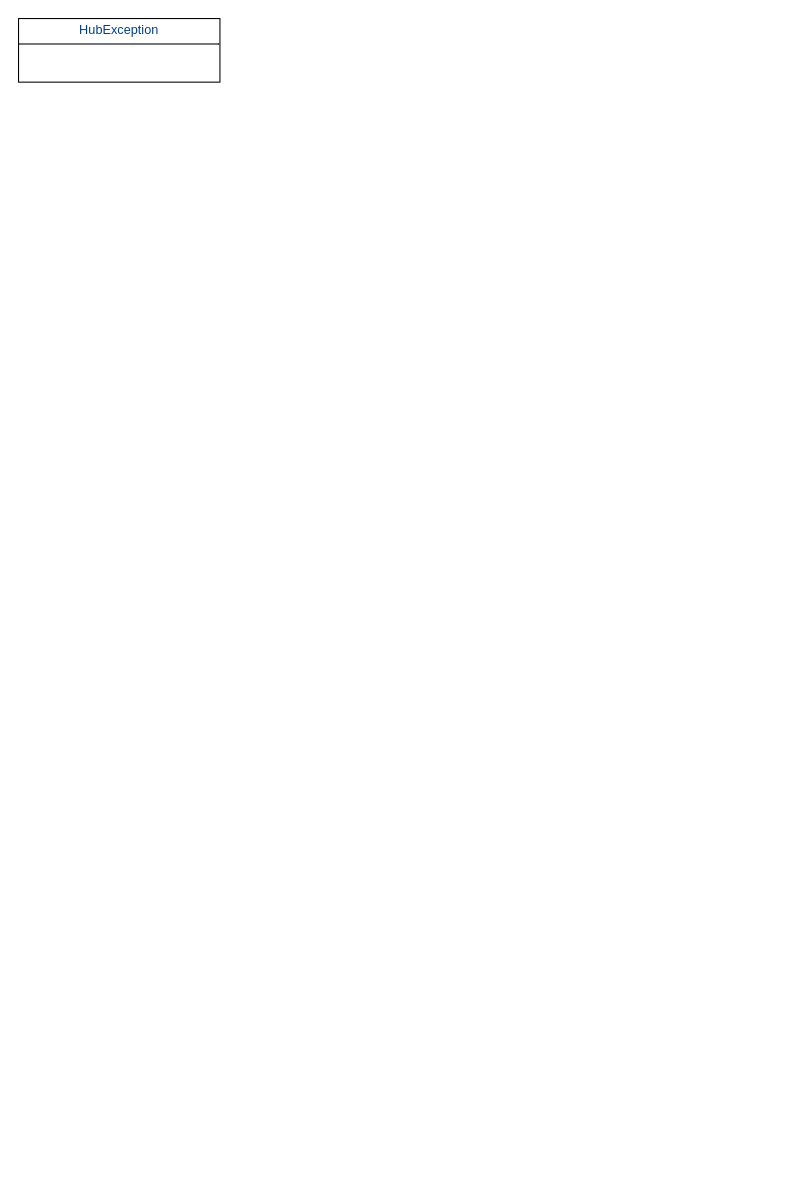
Above: SignalR/SignalR.drawio in KondyubaBA/AspNetCore-doc (draw.io), before the change. Source tidied: cells renumbered, new cells numbered last; positions are measured from the earlier drawing's top-left corner, leaving out a move shared by most shapes. Both pictures are drawn from the tidied source at 106%, with x=0, y=0 at pixel (18, 18).
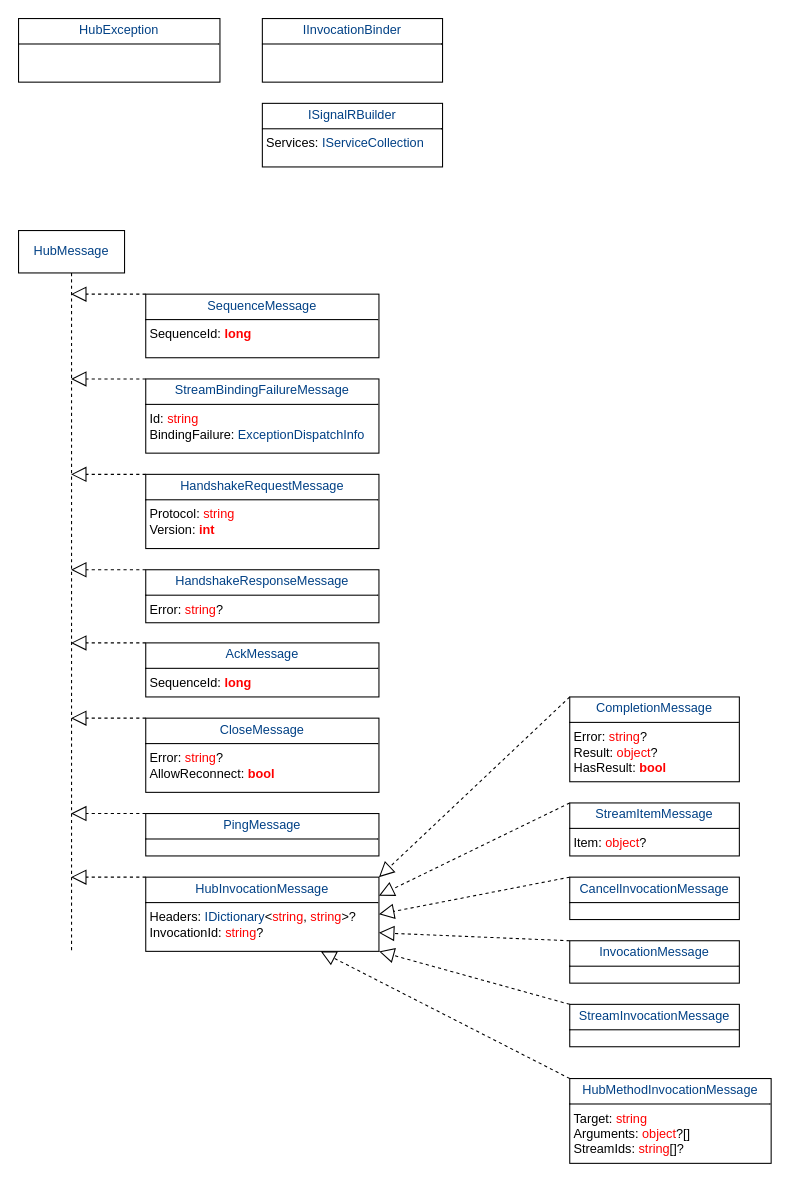
The same page after the edit.

Change to the diagram source:
```diff
@@
+    <mxCell id="3" value="&lt;p style=&quot;margin:0px;margin-top:4px;text-align:center;&quot;&gt;&lt;span style=&quot;color: rgb(0, 64, 133); background-color: transparent; text-align: left;&quot;&gt;IInvocationBinder&lt;/span&gt;&lt;/p&gt;&lt;hr size=&quot;1&quot; style=&quot;border-style:solid;&quot;&gt;&lt;p style=&quot;margin:0px;margin-left:4px;&quot;&gt;&lt;br&gt;&lt;/p&gt;" style="verticalAlign=top;align=left;overflow=fill;html=1;whiteSpace=wrap;" parent="1" vertex="1">
+      <mxGeometry x="230" width="170" height="60" as="geometry" />
+    </mxCell>
+    <mxCell id="4" value="&lt;p style=&quot;margin:0px;margin-top:4px;text-align:center;&quot;&gt;&lt;span style=&quot;color: rgb(0, 64, 133); background-color: transparent; text-align: left;&quot;&gt;ISignalRBuilder&lt;/span&gt;&lt;/p&gt;&lt;hr size=&quot;1&quot; style=&quot;border-style:solid;&quot;&gt;&lt;p style=&quot;margin:0px;margin-left:4px;&quot;&gt;Services:&amp;nbsp;&lt;span style=&quot;color: rgb(0, 64, 133); background-color: transparent;&quot;&gt;IServiceCollection&lt;/span&gt;&lt;/p&gt;" style="verticalAlign=top;align=left;overflow=fill;html=1;whiteSpace=wrap;" parent="1" vertex="1">
+      <mxGeometry x="230" y="80" width="170" height="60" as="geometry" />
+    </mxCell>
+    <mxCell id="5" value="&lt;p style=&quot;margin:0px;margin-top:4px;text-align:center;&quot;&gt;&lt;span style=&quot;color: rgb(0, 64, 133);&quot;&gt;CancelInvocationMessage&lt;/span&gt;&lt;/p&gt;&lt;hr size=&quot;1&quot; style=&quot;border-style:solid;&quot;&gt;&lt;p style=&quot;margin:0px;margin-left:4px;&quot;&gt;&lt;br&gt;&lt;/p&gt;" style="verticalAlign=top;align=left;overflow=fill;html=1;whiteSpace=wrap;" parent="1" vertex="1">
+      <mxGeometry x="520" y="810" width="160" height="40" as="geometry" />
+    </mxCell>
+    <mxCell id="6" value="&lt;p style=&quot;margin:0px;margin-top:4px;text-align:center;&quot;&gt;&lt;span style=&quot;color: rgb(0, 64, 133);&quot;&gt;HandshakeRequestMessage&lt;/span&gt;&lt;/p&gt;&lt;hr size=&quot;1&quot; style=&quot;border-style:solid;&quot;&gt;&lt;p style=&quot;margin:0px;margin-left:4px;&quot;&gt;&lt;span style=&quot;background-color: transparent; color: light-dark(rgb(0, 0, 0), rgb(255, 255, 255));&quot;&gt;Protocol&lt;/span&gt;:&amp;nbsp;&lt;span style=&quot;background-color: transparent; color: rgb(255, 0, 0);&quot;&gt;string&lt;/span&gt;&lt;/p&gt;&lt;p style=&quot;margin:0px;margin-left:4px;&quot;&gt;&lt;span style=&quot;background-color: transparent; color: light-dark(rgb(0, 0, 0), rgb(255, 255, 255));&quot;&gt;Version&lt;/span&gt;:&amp;nbsp;&lt;span style=&quot;color: rgb(255, 0, 0); font-weight: bold; background-color: transparent;&quot;&gt;int&lt;/span&gt;&lt;/p&gt;" style="verticalAlign=top;align=left;overflow=fill;html=1;whiteSpace=wrap;" parent="1" vertex="1">
+      <mxGeometry x="120" y="430" width="220" height="70" as="geometry" />
+    </mxCell>
+    <mxCell id="7" value="&lt;p style=&quot;margin:0px;margin-top:4px;text-align:center;&quot;&gt;&lt;span style=&quot;color: rgb(0, 64, 133);&quot;&gt;HandshakeResponseMessage&lt;/span&gt;&lt;/p&gt;&lt;hr size=&quot;1&quot; style=&quot;border-style:solid;&quot;&gt;&lt;p style=&quot;margin:0px;margin-left:4px;&quot;&gt;&lt;span style=&quot;background-color: transparent; color: light-dark(rgb(0, 0, 0), rgb(255, 255, 255));&quot;&gt;Error&lt;/span&gt;:&amp;nbsp;&lt;span style=&quot;background-color: transparent; color: rgb(255, 0, 0);&quot;&gt;string&lt;/span&gt;&lt;span style=&quot;background-color: transparent; color: light-dark(rgb(0, 0, 0), rgb(255, 255, 255));&quot;&gt;?&lt;/span&gt;&lt;/p&gt;&lt;p style=&quot;margin:0px;margin-left:4px;&quot;&gt;&lt;br&gt;&lt;/p&gt;" style="verticalAlign=top;align=left;overflow=fill;html=1;whiteSpace=wrap;" parent="1" vertex="1">
+      <mxGeometry x="120" y="520" width="220" height="50" as="geometry" />
+    </mxCell>
+    <mxCell id="8" value="&lt;p style=&quot;margin:0px;margin-top:4px;text-align:center;&quot;&gt;&lt;span style=&quot;color: rgb(0, 64, 133);&quot;&gt;HubMethodInvocationMessage&lt;/span&gt;&lt;/p&gt;&lt;hr size=&quot;1&quot; style=&quot;border-style:solid;&quot;&gt;&lt;p style=&quot;margin:0px;margin-left:4px;&quot;&gt;Target:&amp;nbsp;&lt;span style=&quot;color: rgb(255, 0, 0); background-color: transparent;&quot;&gt;string&lt;/span&gt;&lt;/p&gt;&lt;p style=&quot;margin:0px;margin-left:4px;&quot;&gt;&lt;span style=&quot;background-color: transparent;&quot;&gt;&lt;font style=&quot;color: rgb(0, 0, 0);&quot;&gt;Arguments:&amp;nbsp;&lt;/font&gt;&lt;/span&gt;&lt;span style=&quot;background-color: transparent; color: rgb(255, 0, 0);&quot;&gt;object&lt;/span&gt;&lt;span style=&quot;background-color: transparent; color: light-dark(rgb(0, 0, 0), rgb(255, 255, 255));&quot;&gt;?[]&lt;/span&gt;&lt;/p&gt;&lt;p style=&quot;margin:0px;margin-left:4px;&quot;&gt;StreamIds:&amp;nbsp;&lt;span style=&quot;background-color: transparent; color: light-dark(rgb(0, 0, 0), rgb(255, 255, 255));&quot;&gt;&lt;/span&gt;&lt;span style=&quot;background-color: transparent; color: rgb(255, 0, 0);&quot;&gt;string&lt;/span&gt;&lt;span style=&quot;background-color: transparent; color: light-dark(rgb(0, 0, 0), rgb(255, 255, 255));&quot;&gt;[]?&lt;/span&gt;&lt;/p&gt;" style="verticalAlign=top;align=left;overflow=fill;html=1;whiteSpace=wrap;" parent="1" vertex="1">
+      <mxGeometry x="520" y="1000" width="190" height="80" as="geometry" />
+    </mxCell>
+    <mxCell id="9" value="&lt;p style=&quot;margin:0px;margin-top:4px;text-align:center;&quot;&gt;&lt;span style=&quot;color: rgb(0, 64, 133);&quot;&gt;InvocationMessage&lt;/span&gt;&lt;/p&gt;&lt;hr size=&quot;1&quot; style=&quot;border-style:solid;&quot;&gt;&lt;p style=&quot;margin:0px;margin-left:4px;&quot;&gt;&lt;br&gt;&lt;/p&gt;" style="verticalAlign=top;align=left;overflow=fill;html=1;whiteSpace=wrap;" parent="1" vertex="1">
+      <mxGeometry x="520" y="870" width="160" height="40" as="geometry" />
+    </mxCell>
+    <mxCell id="10" value="&lt;p style=&quot;margin:0px;margin-top:4px;text-align:center;&quot;&gt;&lt;span style=&quot;color: rgb(0, 64, 133);&quot;&gt;SequenceMessage&lt;/span&gt;&lt;/p&gt;&lt;hr size=&quot;1&quot; style=&quot;border-style:solid;&quot;&gt;&lt;p style=&quot;margin:0px;margin-left:4px;&quot;&gt;&lt;span style=&quot;background-color: transparent; color: light-dark(rgb(0, 0, 0), rgb(255, 255, 255));&quot;&gt;SequenceId&lt;/span&gt;:&amp;nbsp;&lt;span style=&quot;color: rgb(255, 0, 0); font-weight: bold; background-color: transparent;&quot;&gt;long&lt;/span&gt;&lt;/p&gt;&lt;p style=&quot;margin:0px;margin-left:4px;&quot;&gt;&lt;br&gt;&lt;/p&gt;" style="verticalAlign=top;align=left;overflow=fill;html=1;whiteSpace=wrap;" parent="1" vertex="1">
+      <mxGeometry x="120" y="260" width="220" height="60" as="geometry" />
+    </mxCell>
+    <mxCell id="11" value="&lt;span style=&quot;color: rgb(0, 64, 133);&quot;&gt;HubMessage&lt;/span&gt;" style="shape=umlLifeline;perimeter=lifelinePerimeter;whiteSpace=wrap;html=1;outlineConnect=0;portConstraint=eastwest;newEdgeStyle={&quot;curved&quot;:0,&quot;rounded&quot;:0};" parent="1" vertex="1">
+      <mxGeometry y="200" width="100" height="680" as="geometry" />
+    </mxCell>
+    <mxCell id="12" style="endArrow=block;dashed=1;endFill=0;endSize=12;html=1;rounded=0;exitX=0;exitY=0;exitDx=0;exitDy=0;" parent="1" edge="1" source="10" target="11">
+      <mxGeometry relative="1" as="geometry" />
+    </mxCell>
+    <mxCell id="13" value="&lt;p style=&quot;margin:0px;margin-top:4px;text-align:center;&quot;&gt;&lt;span style=&quot;color: rgb(0, 64, 133);&quot;&gt;StreamBindingFailureMessage&lt;/span&gt;&lt;/p&gt;&lt;hr size=&quot;1&quot; style=&quot;border-style:solid;&quot;&gt;&lt;p style=&quot;margin:0px;margin-left:4px;&quot;&gt;&lt;span style=&quot;background-color: transparent; color: light-dark(rgb(0, 0, 0), rgb(255, 255, 255));&quot;&gt;Id&lt;/span&gt;:&amp;nbsp;&lt;span style=&quot;color: rgb(255, 0, 0); background-color: transparent;&quot;&gt;string&lt;/span&gt;&lt;/p&gt;&lt;p style=&quot;margin:0px;margin-left:4px;&quot;&gt;BindingFailure:&amp;nbsp;&lt;span style=&quot;color: rgb(0, 64, 133); background-color: transparent;&quot;&gt;ExceptionDispatchInfo&lt;/span&gt;&lt;/p&gt;" style="verticalAlign=top;align=left;overflow=fill;html=1;whiteSpace=wrap;" parent="1" vertex="1">
+      <mxGeometry x="120" y="340" width="220" height="70" as="geometry" />
+    </mxCell>
+    <mxCell id="14" style="endArrow=block;dashed=1;endFill=0;endSize=12;html=1;rounded=0;exitX=0;exitY=0;exitDx=0;exitDy=0;" parent="1" edge="1" source="13" target="11">
+      <mxGeometry relative="1" as="geometry" />
+    </mxCell>
+    <mxCell id="15" value="&lt;p style=&quot;margin:0px;margin-top:4px;text-align:center;&quot;&gt;&lt;span style=&quot;color: rgb(0, 64, 133);&quot;&gt;StreamInvocationMessage&lt;/span&gt;&lt;/p&gt;&lt;hr size=&quot;1&quot; style=&quot;border-style:solid;&quot;&gt;&lt;p style=&quot;margin:0px;margin-left:4px;&quot;&gt;&lt;br&gt;&lt;/p&gt;" style="verticalAlign=top;align=left;overflow=fill;html=1;whiteSpace=wrap;" parent="1" vertex="1">
+      <mxGeometry x="520" y="930" width="160" height="40" as="geometry" />
+    </mxCell>
+    <mxCell id="16" value="&lt;p style=&quot;margin:0px;margin-top:4px;text-align:center;&quot;&gt;&lt;span style=&quot;color: rgb(0, 64, 133);&quot;&gt;StreamItemMessage&lt;/span&gt;&lt;/p&gt;&lt;hr size=&quot;1&quot; style=&quot;border-style:solid;&quot;&gt;&lt;p style=&quot;margin:0px;margin-left:4px;&quot;&gt;&lt;span style=&quot;background-color: transparent; color: light-dark(rgb(0, 0, 0), rgb(255, 255, 255));&quot;&gt;Item&lt;/span&gt;:&amp;nbsp;&lt;span style=&quot;background-color: transparent; color: rgb(255, 0, 0);&quot;&gt;object&lt;/span&gt;&lt;span style=&quot;background-color: transparent; color: light-dark(rgb(0, 0, 0), rgb(255, 255, 255));&quot;&gt;?&lt;/span&gt;&lt;/p&gt;&lt;p style=&quot;margin:0px;margin-left:4px;&quot;&gt;&lt;br&gt;&lt;/p&gt;" style="verticalAlign=top;align=left;overflow=fill;html=1;whiteSpace=wrap;" parent="1" vertex="1">
+      <mxGeometry x="520" y="740" width="160" height="50" as="geometry" />
+    </mxCell>
+    <mxCell id="17" style="endArrow=block;dashed=1;endFill=0;endSize=12;html=1;rounded=0;exitX=0;exitY=0;exitDx=0;exitDy=0;" parent="1" edge="1" source="6" target="11">
+      <mxGeometry relative="1" as="geometry" />
+    </mxCell>
+    <mxCell id="18" style="endArrow=block;dashed=1;endFill=0;endSize=12;html=1;rounded=0;exitX=0;exitY=0;exitDx=0;exitDy=0;" parent="1" edge="1" source="7" target="11">
+      <mxGeometry relative="1" as="geometry" />
+    </mxCell>
+    <mxCell id="19" value="&lt;p style=&quot;margin:0px;margin-top:4px;text-align:center;&quot;&gt;&lt;span style=&quot;color: rgb(0, 64, 133); background-color: transparent; text-align: left;&quot;&gt;AckMessage&lt;/span&gt;&lt;/p&gt;&lt;hr size=&quot;1&quot; style=&quot;border-style:solid;&quot;&gt;&lt;p style=&quot;margin:0px;margin-left:4px;&quot;&gt;&lt;span style=&quot;background-color: transparent; color: light-dark(rgb(0, 0, 0), rgb(255, 255, 255));&quot;&gt;SequenceId&lt;/span&gt;:&amp;nbsp;&lt;span style=&quot;color: rgb(255, 0, 0); font-weight: bold; background-color: transparent;&quot;&gt;long&lt;/span&gt;&lt;/p&gt;" style="verticalAlign=top;align=left;overflow=fill;html=1;whiteSpace=wrap;" parent="1" vertex="1">
+      <mxGeometry x="120" y="589" width="220" height="51" as="geometry" />
+    </mxCell>
+    <mxCell id="20" style="endArrow=block;dashed=1;endFill=0;endSize=12;html=1;rounded=0;exitX=0;exitY=0;exitDx=0;exitDy=0;" parent="1" edge="1" source="19" target="11">
+      <mxGeometry relative="1" as="geometry" />
+    </mxCell>
+    <mxCell id="21" value="&lt;p style=&quot;margin:0px;margin-top:4px;text-align:center;&quot;&gt;&lt;span style=&quot;color: rgb(0, 64, 133);&quot;&gt;CloseMessage&lt;/span&gt;&lt;/p&gt;&lt;hr size=&quot;1&quot; style=&quot;border-style:solid;&quot;&gt;&lt;p style=&quot;margin:0px;margin-left:4px;&quot;&gt;Error:&amp;nbsp;&lt;span style=&quot;background-color: transparent; color: rgb(255, 0, 0);&quot;&gt;string&lt;/span&gt;&lt;span style=&quot;background-color: transparent; color: light-dark(rgb(0, 0, 0), rgb(255, 255, 255));&quot;&gt;?&lt;/span&gt;&lt;/p&gt;&lt;p style=&quot;margin:0px;margin-left:4px;&quot;&gt;AllowReconnect:&amp;nbsp;&lt;span style=&quot;background-color: transparent; color: light-dark(rgb(0, 0, 0), rgb(255, 255, 255));&quot;&gt;&lt;/span&gt;&lt;span style=&quot;color: rgb(255, 0, 0); font-weight: bold; background-color: transparent;&quot;&gt;bool&lt;/span&gt;&lt;/p&gt;" style="verticalAlign=top;align=left;overflow=fill;html=1;whiteSpace=wrap;" parent="1" vertex="1">
+      <mxGeometry x="120" y="660" width="220" height="70" as="geometry" />
+    </mxCell>
+    <mxCell id="22" style="endArrow=block;dashed=1;endFill=0;endSize=12;html=1;rounded=0;exitX=0;exitY=0;exitDx=0;exitDy=0;" parent="1" edge="1" source="21" target="11">
+      <mxGeometry relative="1" as="geometry" />
+    </mxCell>
+    <mxCell id="23" value="&lt;p style=&quot;margin:0px;margin-top:4px;text-align:center;&quot;&gt;&lt;span style=&quot;color: rgb(0, 64, 133);&quot;&gt;PingMessage&lt;/span&gt;&lt;/p&gt;&lt;hr size=&quot;1&quot; style=&quot;border-style:solid;&quot;&gt;&lt;p style=&quot;margin:0px;margin-left:4px;&quot;&gt;&lt;br&gt;&lt;/p&gt;" style="verticalAlign=top;align=left;overflow=fill;html=1;whiteSpace=wrap;" parent="1" vertex="1">
+      <mxGeometry x="120" y="750" width="220" height="40" as="geometry" />
+    </mxCell>
+    <mxCell id="24" style="endArrow=block;dashed=1;endFill=0;endSize=12;html=1;rounded=0;exitX=0;exitY=0;exitDx=0;exitDy=0;" parent="1" edge="1" source="23" target="11">
+      <mxGeometry relative="1" as="geometry" />
+    </mxCell>
+    <mxCell id="25" value="&lt;p style=&quot;margin:0px;margin-top:4px;text-align:center;&quot;&gt;&lt;span style=&quot;color: rgb(0, 64, 133);&quot;&gt;HubInvocationMessage&lt;/span&gt;&lt;/p&gt;&lt;hr size=&quot;1&quot; style=&quot;border-style:solid;&quot;&gt;&lt;p style=&quot;margin:0px;margin-left:4px;&quot;&gt;Headers:&amp;nbsp;&lt;span style=&quot;background-color: transparent; color: rgb(0, 64, 133);&quot;&gt;IDictionary&lt;/span&gt;&lt;span style=&quot;background-color: transparent; color: light-dark(rgb(0, 0, 0), rgb(255, 255, 255));&quot;&gt;&amp;lt;&lt;/span&gt;&lt;span style=&quot;background-color: transparent; color: rgb(255, 0, 0);&quot;&gt;string&lt;/span&gt;&lt;span style=&quot;background-color: transparent; color: light-dark(rgb(0, 0, 0), rgb(255, 255, 255));&quot;&gt;, &lt;/span&gt;&lt;span style=&quot;background-color: transparent; color: rgb(255, 0, 0);&quot;&gt;string&lt;/span&gt;&lt;span style=&quot;background-color: transparent; color: light-dark(rgb(0, 0, 0), rgb(255, 255, 255));&quot;&gt;&amp;gt;?&lt;/span&gt;&lt;/p&gt;&lt;p style=&quot;margin:0px;margin-left:4px;&quot;&gt;InvocationId:&amp;nbsp;&lt;span style=&quot;background-color: transparent; color: light-dark(rgb(0, 0, 0), rgb(255, 255, 255));&quot;&gt;&lt;/span&gt;&lt;span style=&quot;background-color: transparent; color: rgb(255, 0, 0);&quot;&gt;string&lt;/span&gt;&lt;span style=&quot;background-color: transparent; color: light-dark(rgb(0, 0, 0), rgb(255, 255, 255));&quot;&gt;?&lt;/span&gt;&lt;/p&gt;" style="verticalAlign=top;align=left;overflow=fill;html=1;whiteSpace=wrap;" parent="1" vertex="1">
+      <mxGeometry x="120" y="810" width="220" height="70" as="geometry" />
+    </mxCell>
+    <mxCell id="26" style="endArrow=block;dashed=1;endFill=0;endSize=12;html=1;rounded=0;exitX=0;exitY=0;exitDx=0;exitDy=0;" parent="1" edge="1" source="25" target="11">
+      <mxGeometry relative="1" as="geometry" />
+    </mxCell>
+    <mxCell id="27" value="&lt;p style=&quot;margin:0px;margin-top:4px;text-align:center;&quot;&gt;&lt;span style=&quot;color: rgb(0, 64, 133);&quot;&gt;CompletionMessage&lt;/span&gt;&lt;/p&gt;&lt;hr size=&quot;1&quot; style=&quot;border-style:solid;&quot;&gt;&lt;p style=&quot;margin:0px;margin-left:4px;&quot;&gt;Error:&amp;nbsp;&lt;span style=&quot;background-color: transparent; color: rgb(255, 0, 0);&quot;&gt;string&lt;/span&gt;&lt;span style=&quot;background-color: transparent; color: light-dark(rgb(0, 0, 0), rgb(255, 255, 255));&quot;&gt;?&lt;/span&gt;&lt;/p&gt;&lt;p style=&quot;margin:0px;margin-left:4px;&quot;&gt;Result:&amp;nbsp;&lt;span style=&quot;background-color: transparent; color: light-dark(rgb(0, 0, 0), rgb(255, 255, 255));&quot;&gt;&lt;/span&gt;&lt;span style=&quot;background-color: transparent; color: rgb(255, 0, 0);&quot;&gt;object&lt;/span&gt;&lt;span style=&quot;background-color: transparent; color: light-dark(rgb(0, 0, 0), rgb(255, 255, 255));&quot;&gt;?&lt;/span&gt;&lt;/p&gt;&lt;p style=&quot;margin:0px;margin-left:4px;&quot;&gt;HasResult:&amp;nbsp;&lt;span style=&quot;background-color: transparent; color: light-dark(rgb(0, 0, 0), rgb(255, 255, 255));&quot;&gt;&lt;/span&gt;&lt;span style=&quot;color: rgb(255, 0, 0); font-weight: bold; background-color: transparent;&quot;&gt;bool&lt;/span&gt;&lt;/p&gt;" style="verticalAlign=top;align=left;overflow=fill;html=1;whiteSpace=wrap;" parent="1" vertex="1">
+      <mxGeometry x="520" y="640" width="160" height="80" as="geometry" />
+    </mxCell>
+    <mxCell id="28" style="endArrow=block;dashed=1;endFill=0;endSize=12;html=1;rounded=0;exitX=0;exitY=0;exitDx=0;exitDy=0;entryX=1;entryY=0;entryDx=0;entryDy=0;" parent="1" edge="1" source="27" target="25">
+      <mxGeometry relative="1" as="geometry" />
+    </mxCell>
+    <mxCell id="29" style="endArrow=block;dashed=1;endFill=0;endSize=12;html=1;rounded=0;exitX=0;exitY=0;exitDx=0;exitDy=0;entryX=1;entryY=0.25;entryDx=0;entryDy=0;" parent="1" edge="1" source="16" target="25">
+      <mxGeometry relative="1" as="geometry" />
+    </mxCell>
+    <mxCell id="30" style="endArrow=block;dashed=1;endFill=0;endSize=12;html=1;rounded=0;exitX=0;exitY=0;exitDx=0;exitDy=0;entryX=1;entryY=0.5;entryDx=0;entryDy=0;" parent="1" edge="1" source="5" target="25">
+      <mxGeometry relative="1" as="geometry" />
+    </mxCell>
+    <mxCell id="31" style="endArrow=block;dashed=1;endFill=0;endSize=12;html=1;rounded=0;exitX=0;exitY=0;exitDx=0;exitDy=0;entryX=1;entryY=0.75;entryDx=0;entryDy=0;" parent="1" edge="1" source="9" target="25">
+      <mxGeometry relative="1" as="geometry" />
+    </mxCell>
+    <mxCell id="32" style="endArrow=block;dashed=1;endFill=0;endSize=12;html=1;rounded=0;exitX=0;exitY=0;exitDx=0;exitDy=0;entryX=1;entryY=1;entryDx=0;entryDy=0;" parent="1" edge="1" source="15" target="25">
+      <mxGeometry relative="1" as="geometry" />
+    </mxCell>
+    <mxCell id="33" style="endArrow=block;dashed=1;endFill=0;endSize=12;html=1;rounded=0;exitX=0;exitY=0;exitDx=0;exitDy=0;entryX=0.75;entryY=1;entryDx=0;entryDy=0;" parent="1" edge="1" source="8" target="25">
+      <mxGeometry relative="1" as="geometry" />
+    </mxCell>
```
